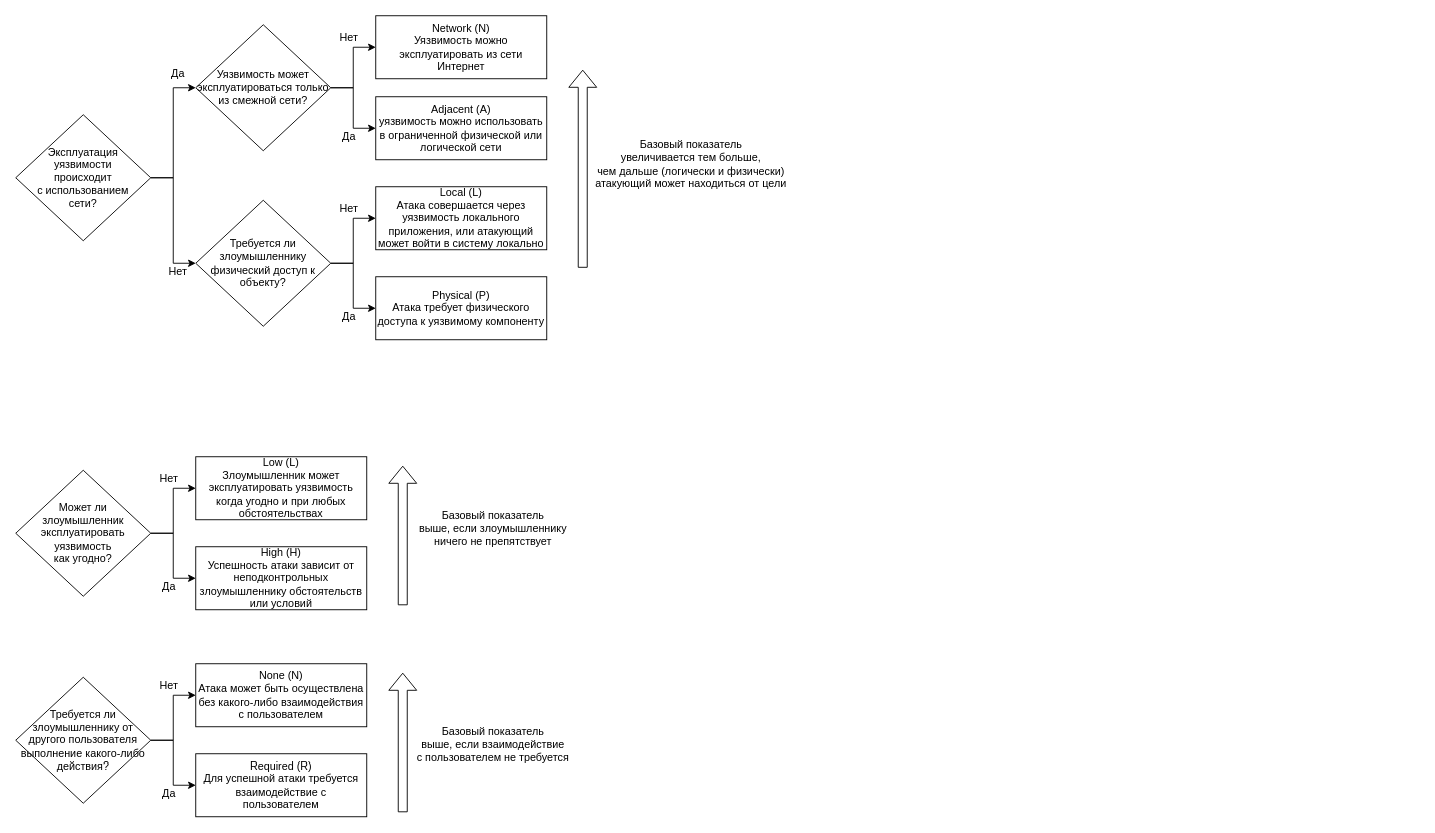
The draw.io diagram page "Страница 2" (2 of 2) of CVSS IDEF.drawio in GevDa140/CVSS, before the edit. Source tidied: cells renumbered, new cells numbered last; positions are measured from the earlier drawing's top-left corner, leaving out a move shared by most shapes. Both pictures are drawn from the tidied source at 90%, with x=0, y=0 at pixel (15, 15).
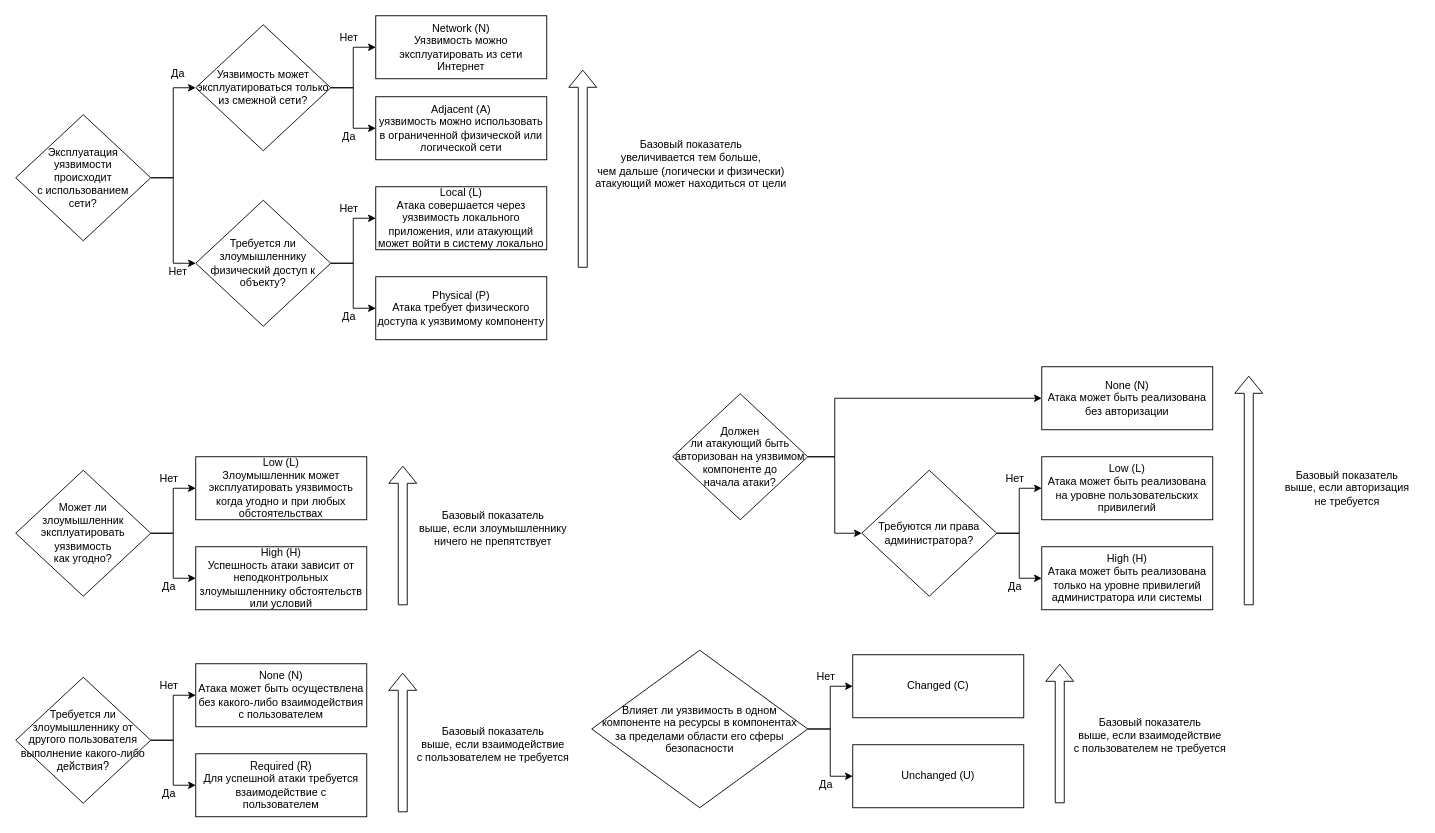
The same page after the edit.

The edit, as a diff of the source:
```diff
@@
+    <mxCell id="41" style="edgeStyle=orthogonalEdgeStyle;rounded=0;jettySize=auto;html=1;exitX=1;exitY=0.5;exitDx=0;exitDy=0;" parent="1" edge="1" source="43" target="44">
+      <mxGeometry relative="1" as="geometry" />
+    </mxCell>
+    <mxCell id="42" style="edgeStyle=orthogonalEdgeStyle;rounded=0;jettySize=auto;html=1;exitX=1;exitY=0.5;exitDx=0;exitDy=0;" parent="1" edge="1" source="43" target="45">
+      <mxGeometry relative="1" as="geometry" />
+    </mxCell>
+    <mxCell id="43" value="Требуются ли права администратора?" style="rhombus;whiteSpace=wrap;html=1;" parent="1" vertex="1">
+      <mxGeometry x="940" y="505" width="150" height="140" as="geometry" />
+    </mxCell>
+    <mxCell id="44" value="Low (L)&lt;br&gt;Атака может быть реализована на уровне пользовательских привилегий" style="rounded=0;whiteSpace=wrap;html=1;" parent="1" vertex="1">
+      <mxGeometry x="1140" y="490" width="190" height="70" as="geometry" />
+    </mxCell>
+    <mxCell id="45" value="High (H)&lt;br&gt;Атака может быть реализована только на уровне привилегий администратора или системы" style="rounded=0;whiteSpace=wrap;html=1;" parent="1" vertex="1">
+      <mxGeometry x="1140" y="590" width="190" height="70" as="geometry" />
+    </mxCell>
+    <mxCell id="46" value="Нет" style="text;html=1;align=center;verticalAlign=middle;strokeColor=none;fillColor=none;" parent="1" vertex="1">
+      <mxGeometry x="1090" y="500" width="40" height="30" as="geometry" />
+    </mxCell>
+    <mxCell id="47" value="Да" style="text;html=1;align=center;verticalAlign=middle;strokeColor=none;fillColor=none;" parent="1" vertex="1">
+      <mxGeometry x="1090" y="620" width="40" height="30" as="geometry" />
+    </mxCell>
+    <mxCell id="48" style="shape=flexArrow;endArrow=classic;html=1;rounded=0;" parent="1" edge="1">
+      <mxGeometry relative="1" as="geometry">
+        <mxPoint x="1370" y="655" as="sourcePoint" />
+        <mxPoint x="1370" y="400" as="targetPoint" />
+      </mxGeometry>
+    </mxCell>
+    <mxCell id="49" value="Базовый показатель&lt;br&gt;выше, если авторизация&lt;br&gt;не требуется" style="text;html=1;align=center;verticalAlign=middle;strokeColor=none;fillColor=none;" parent="1" vertex="1">
+      <mxGeometry x="1399" y="495" width="160" height="60" as="geometry" />
+    </mxCell>
+    <mxCell id="50" style="edgeStyle=orthogonalEdgeStyle;rounded=0;jettySize=auto;html=1;exitX=1;exitY=0.5;exitDx=0;exitDy=0;entryX=0;entryY=0.5;entryDx=0;entryDy=0;" parent="1" edge="1" source="52" target="53">
+      <mxGeometry relative="1" as="geometry">
+        <Array as="points">
+          <mxPoint x="910" y="490" />
+          <mxPoint x="910" y="425" />
+        </Array>
+      </mxGeometry>
+    </mxCell>
+    <mxCell id="51" style="edgeStyle=orthogonalEdgeStyle;rounded=0;jettySize=auto;html=1;exitX=1;exitY=0.5;exitDx=0;exitDy=0;entryX=0;entryY=0.5;entryDx=0;entryDy=0;" parent="1" edge="1" source="52" target="43">
+      <mxGeometry relative="1" as="geometry" />
+    </mxCell>
+    <mxCell id="52" value="Должен&lt;br&gt;ли атакующий быть авторизован на уязвимом компоненте до &lt;br&gt;начала атаки?" style="rhombus;whiteSpace=wrap;html=1;" parent="1" vertex="1">
+      <mxGeometry x="730" y="420" width="150" height="140" as="geometry" />
+    </mxCell>
+    <mxCell id="53" value="None (N)&lt;br&gt;Атака может быть реализована без авторизации" style="rounded=0;whiteSpace=wrap;html=1;" parent="1" vertex="1">
+      <mxGeometry x="1140" y="390" width="190" height="70" as="geometry" />
+    </mxCell>
+    <mxCell id="54" style="edgeStyle=orthogonalEdgeStyle;rounded=0;jettySize=auto;html=1;exitX=1;exitY=0.5;exitDx=0;exitDy=0;" parent="1" edge="1" source="56" target="57">
+      <mxGeometry relative="1" as="geometry" />
+    </mxCell>
+    <mxCell id="55" style="edgeStyle=orthogonalEdgeStyle;rounded=0;jettySize=auto;html=1;exitX=1;exitY=0.5;exitDx=0;exitDy=0;" parent="1" edge="1" source="56" target="58">
+      <mxGeometry relative="1" as="geometry" />
+    </mxCell>
+    <mxCell id="56" value="Влияет ли уязвимость в одном компоненте на ресурсы в компонентах&lt;br&gt;за пределами области его сферы безопасности" style="rhombus;whiteSpace=wrap;html=1;" parent="1" vertex="1">
+      <mxGeometry x="640" y="705" width="240" height="175" as="geometry" />
+    </mxCell>
+    <mxCell id="57" value="Changed (C)&lt;br&gt;" style="rounded=0;whiteSpace=wrap;html=1;" parent="1" vertex="1">
+      <mxGeometry x="930" y="710" width="190" height="70" as="geometry" />
+    </mxCell>
+    <mxCell id="58" value="Unchanged (U)&lt;br&gt;" style="rounded=0;whiteSpace=wrap;html=1;" parent="1" vertex="1">
+      <mxGeometry x="930" y="810" width="190" height="70" as="geometry" />
+    </mxCell>
+    <mxCell id="59" value="Нет" style="text;html=1;align=center;verticalAlign=middle;strokeColor=none;fillColor=none;" parent="1" vertex="1">
+      <mxGeometry x="880" y="720" width="40" height="30" as="geometry" />
+    </mxCell>
+    <mxCell id="60" value="Да" style="text;html=1;align=center;verticalAlign=middle;strokeColor=none;fillColor=none;" parent="1" vertex="1">
+      <mxGeometry x="880" y="840" width="40" height="30" as="geometry" />
+    </mxCell>
+    <mxCell id="61" style="shape=flexArrow;endArrow=classic;html=1;rounded=0;" parent="1" edge="1">
+      <mxGeometry relative="1" as="geometry">
+        <mxPoint x="1160" y="875" as="sourcePoint" />
+        <mxPoint x="1160" y="720" as="targetPoint" />
+      </mxGeometry>
+    </mxCell>
+    <mxCell id="62" value="Базовый показатель&lt;br&gt;выше, если взаимодействие&lt;br&gt;с пользователем не требуется" style="text;html=1;align=center;verticalAlign=middle;strokeColor=none;fillColor=none;" parent="1" vertex="1">
+      <mxGeometry x="1165" y="770" width="190" height="60" as="geometry" />
+    </mxCell>
```
